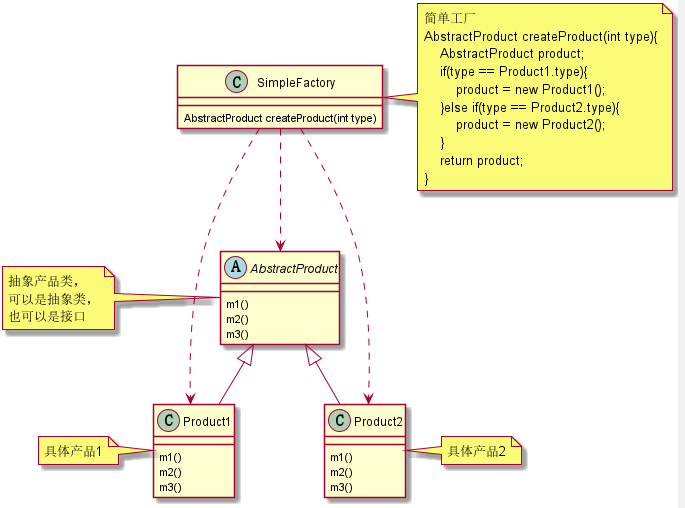
Earlier version of the PlantUML export doc/images/ms/MS321.png (Drintau/StudyRepository). Its source is kept beside it as doc/UML/ms/MS321.puml.
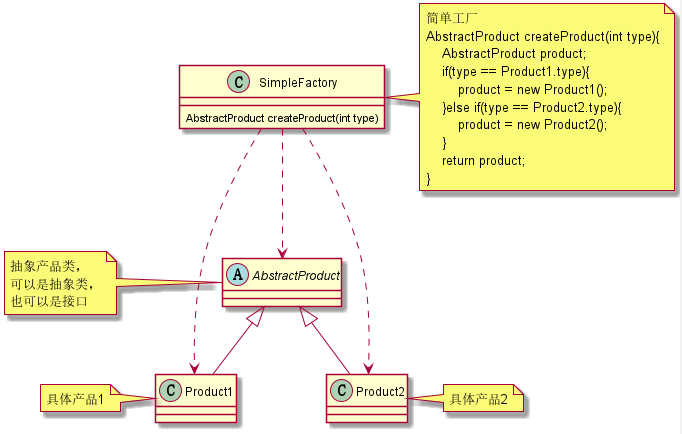
After the commit.

Change to the diagram source:
```diff
@@ -1,22 +1,10 @@
 @startuml
 
-abstract class AbstractProduct{
-    m1()
-    m2()
-    m3()
-}
+abstract class AbstractProduct{}
 note left of AbstractProduct: 抽象产品类，\n可以是抽象类，\n也可以是接口
-class Product1{
-    m1()
-    m2()
-    m3()
-}
+class Product1{}
 note left of Product1: 具体产品1
-class Product2{
-    m1()
-    m2()
-    m3()
-}
+class Product2{}
 note right of Product2: 具体产品2
 class SimpleFactory{
     AbstractProduct createProduct(int type)
```
